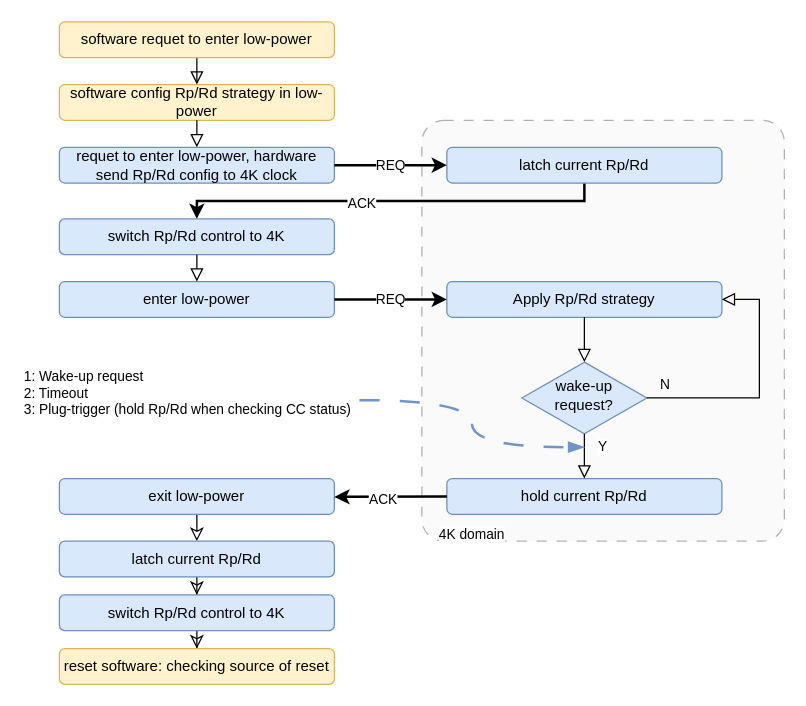
Before: pd_rp_rd_lp.drawio in Xhopo/test, a draw.io diagram. Source tidied: cells renumbered, new cells numbered last; positions are measured from the earlier drawing's top-left corner, leaving out a move shared by most shapes. Both pictures are drawn from the tidied source at 125%, with x=0, y=0 at pixel (21, 21).
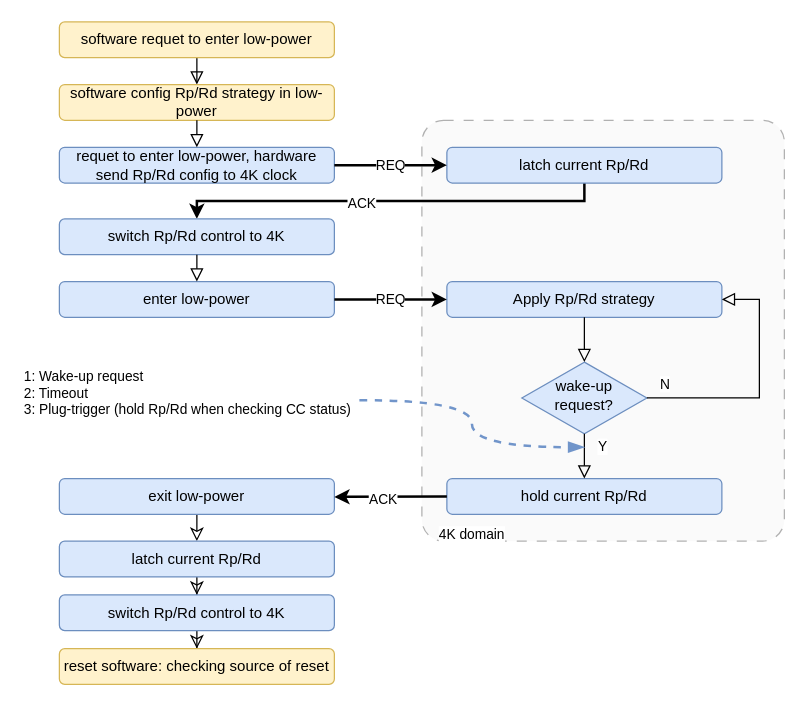
The same page after the edit.

Unchanged cells that the change refers to:
```xml
<mxCell id="20" value="Y" style="text;html=1;align=center;verticalAlign=middle;whiteSpace=wrap;rounded=0;fontFamily=Helvetica;fontSize=11;fontColor=default;labelBackgroundColor=default;" parent="1" vertex="1">
  <mxGeometry x="450" y="329.5" width="30" height="21.5" as="geometry" />
</mxCell>
<mxCell id="24" value="1: Wake-up request&lt;div&gt;2: Timeout&lt;/div&gt;&lt;div&gt;3: Plug-trigger (hold Rp/Rd when checking CC status)&lt;/div&gt;" style="text;html=1;align=left;verticalAlign=middle;whiteSpace=wrap;rounded=0;fontFamily=Helvetica;fontSize=11;fontColor=default;labelBackgroundColor=default;" parent="1" vertex="1">
  <mxGeometry y="286.5" width="270" height="21.5" as="geometry" />
</mxCell>
```

Change to the diagram source:
```diff
@@
-    <mxCell id="23" style="edgeStyle=orthogonalEdgeStyle;shape=connector;rounded=0;jettySize=auto;html=1;exitX=1;exitY=0.75;exitDx=0;exitDy=0;entryX=0;entryY=0.5;entryDx=0;entryDy=0;shadow=0;strokeColor=#7195CA;strokeWidth=2;align=center;verticalAlign=middle;fontFamily=Helvetica;fontSize=11;fontColor=default;labelBackgroundColor=default;endArrow=blockThin;endFill=1;endSize=8;curved=1;dashed=1;dashPattern=8 8;" parent="1" edge="1" source="24" target="20">
+    <mxCell id="23" style="edgeStyle=orthogonalEdgeStyle;shape=connector;rounded=0;jettySize=auto;html=1;exitX=1;exitY=0.75;exitDx=0;exitDy=0;entryX=0;entryY=0.5;entryDx=0;entryDy=0;shadow=0;strokeColor=#7195CA;strokeWidth=2;align=center;verticalAlign=middle;fontFamily=Helvetica;fontSize=11;fontColor=default;labelBackgroundColor=default;endArrow=blockThin;endFill=1;endSize=8;curved=1;dashed=1;" parent="1" edge="1" source="24" target="20">
       <mxGeometry relative="1" as="geometry" />
     </mxCell>
```
